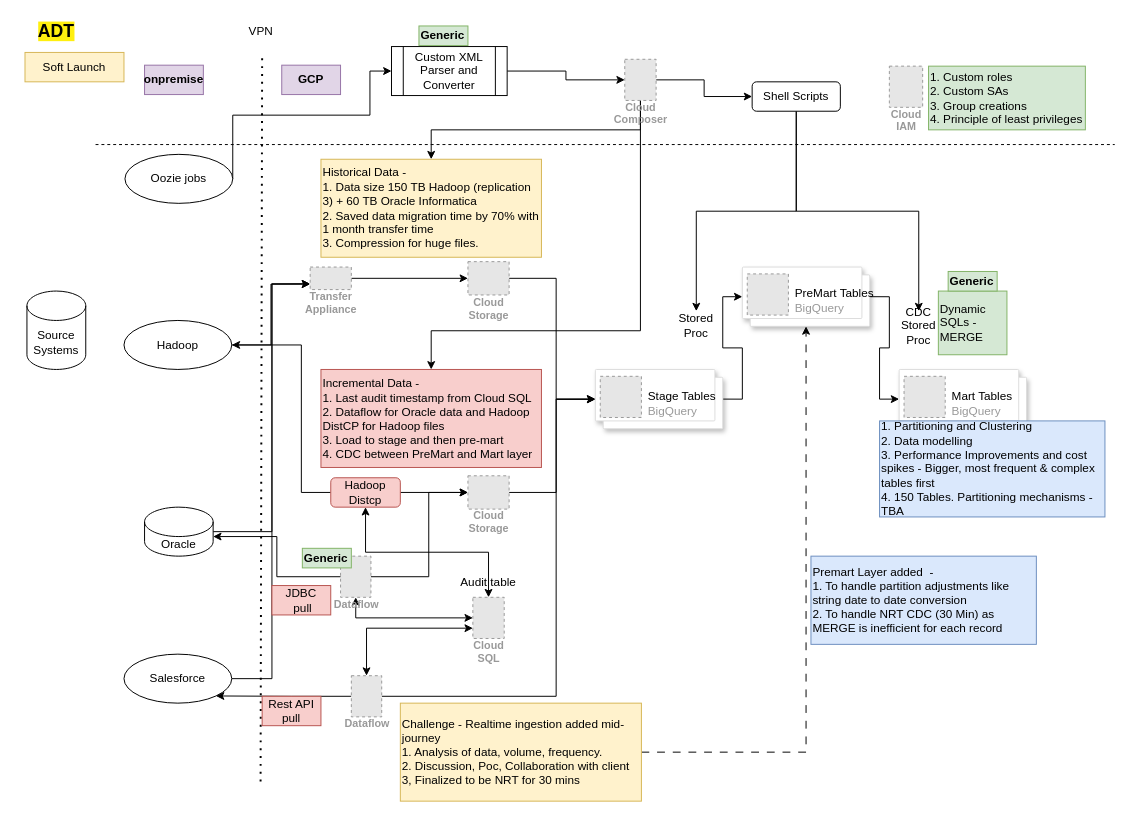
This is ADT/ADT-Detailed.drawio from harshaldharme/ProjectSpaces, a draw.io file, before an edit. Source tidied: cells renumbered, new cells numbered last; positions are measured from the earlier drawing's top-left corner, leaving out a move shared by most shapes. Both pictures are drawn from the tidied source at 98%, with x=0, y=0 at pixel (24, 17). Pictures stored in the file or linked from it are replaced by grey dashed boxes.
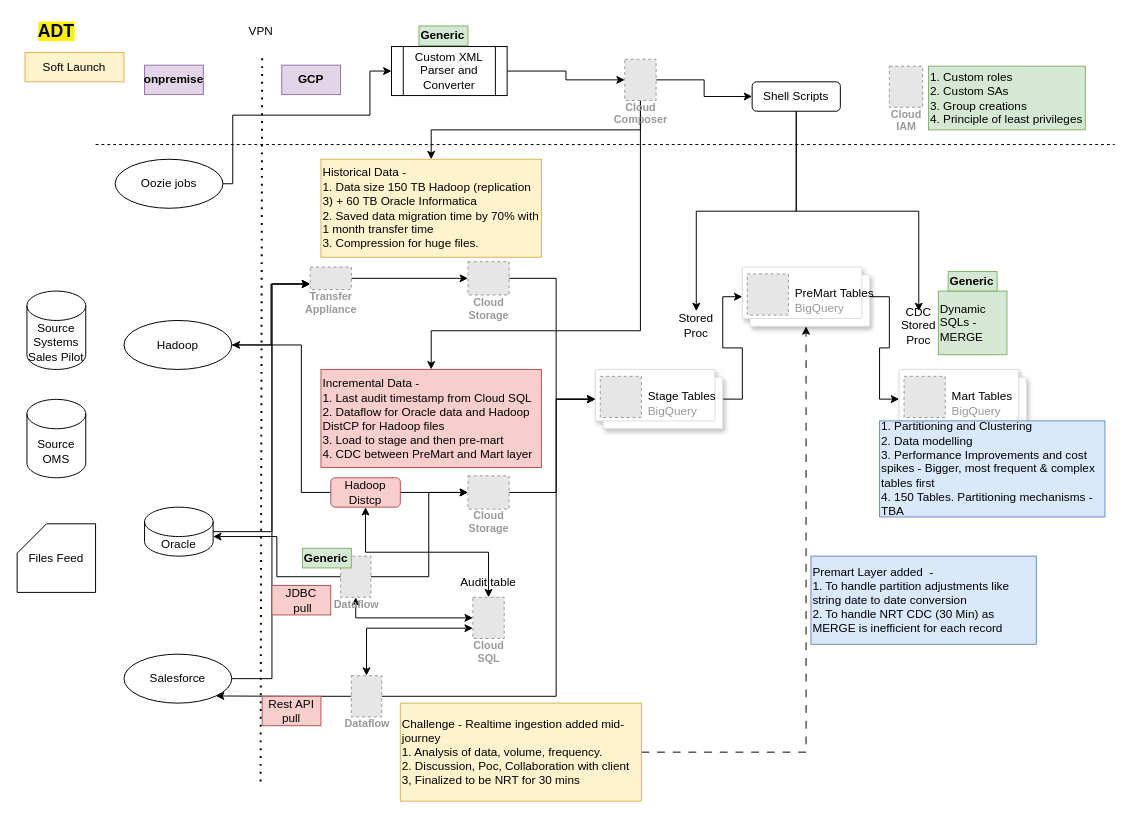
Above is the later version.

Change to the diagram source:
```diff
@@
-    <mxCell id="17" value="Source&lt;br&gt;Systems" style="shape=cylinder3;whiteSpace=wrap;html=1;boundedLbl=1;backgroundOutline=1;size=15;" parent="1" vertex="1">
+    <mxCell id="17" value="Source&lt;br&gt;Systems&lt;br&gt;Sales Pilot" style="shape=cylinder3;whiteSpace=wrap;html=1;boundedLbl=1;backgroundOutline=1;size=15;" parent="1" vertex="1">
       <mxGeometry x="2" y="279.5" width="60" height="80" as="geometry" />
     </mxCell>
@@
     <mxCell id="64" value="Oozie jobs" style="ellipse;whiteSpace=wrap;html=1;" parent="1" vertex="1">
-      <mxGeometry x="102" y="140" width="110" height="50" as="geometry" />
+      <mxGeometry x="92" y="145" width="110" height="50" as="geometry" />
     </mxCell>
@@
+    <mxCell id="71" value="Source OMS" style="shape=cylinder3;whiteSpace=wrap;html=1;boundedLbl=1;backgroundOutline=1;size=15;" parent="1" vertex="1">
+      <mxGeometry x="2" y="390" width="60" height="80" as="geometry" />
+    </mxCell>
+    <mxCell id="72" value="Files Feed" style="shape=card;whiteSpace=wrap;html=1;" parent="1" vertex="1">
+      <mxGeometry x="-8" y="517" width="80" height="70" as="geometry" />
+    </mxCell>
```
